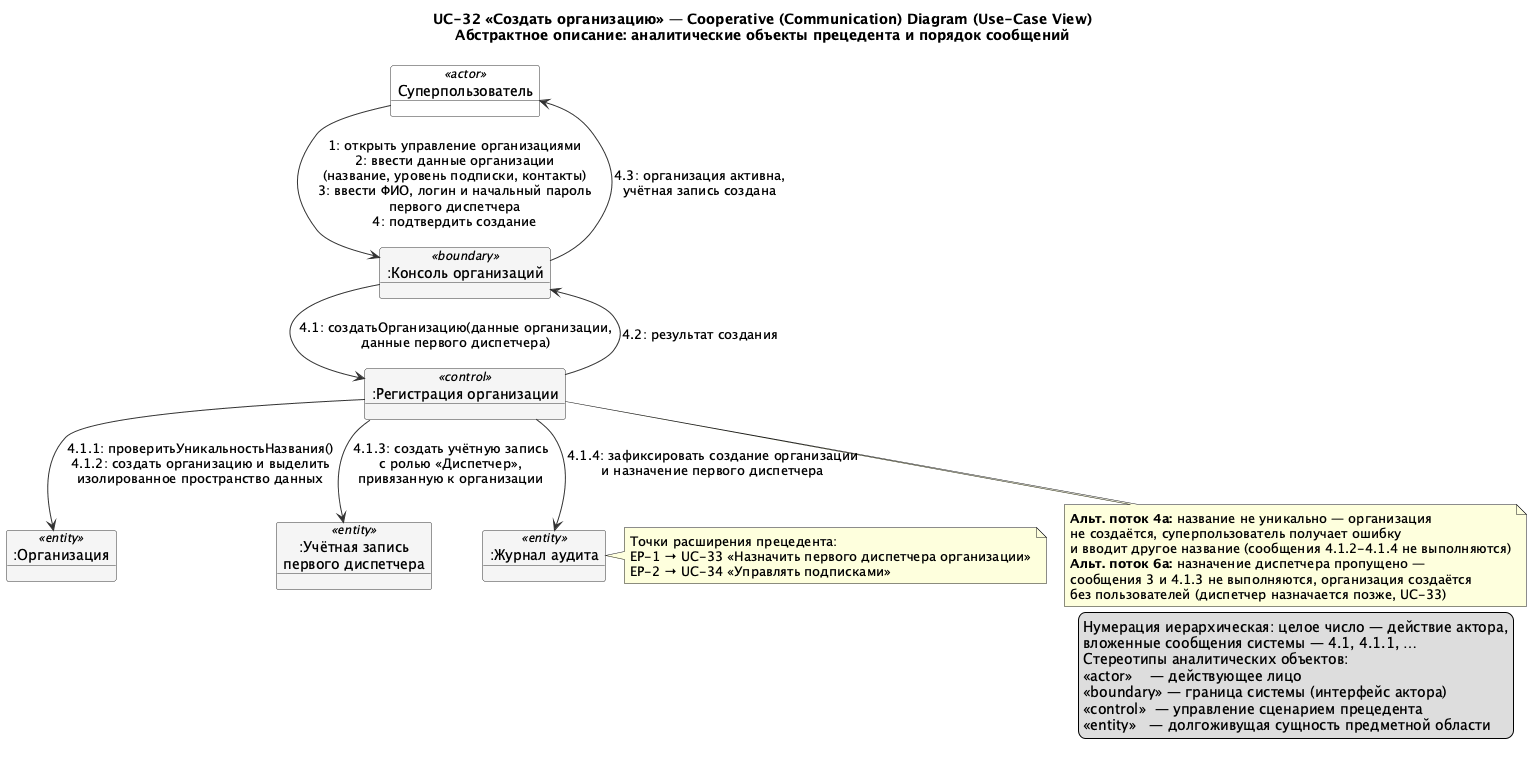
Above: docs/diagrams/out/COL_UC32_UseCaseView.png in granikartem/MPI (PlantUML), before the change.
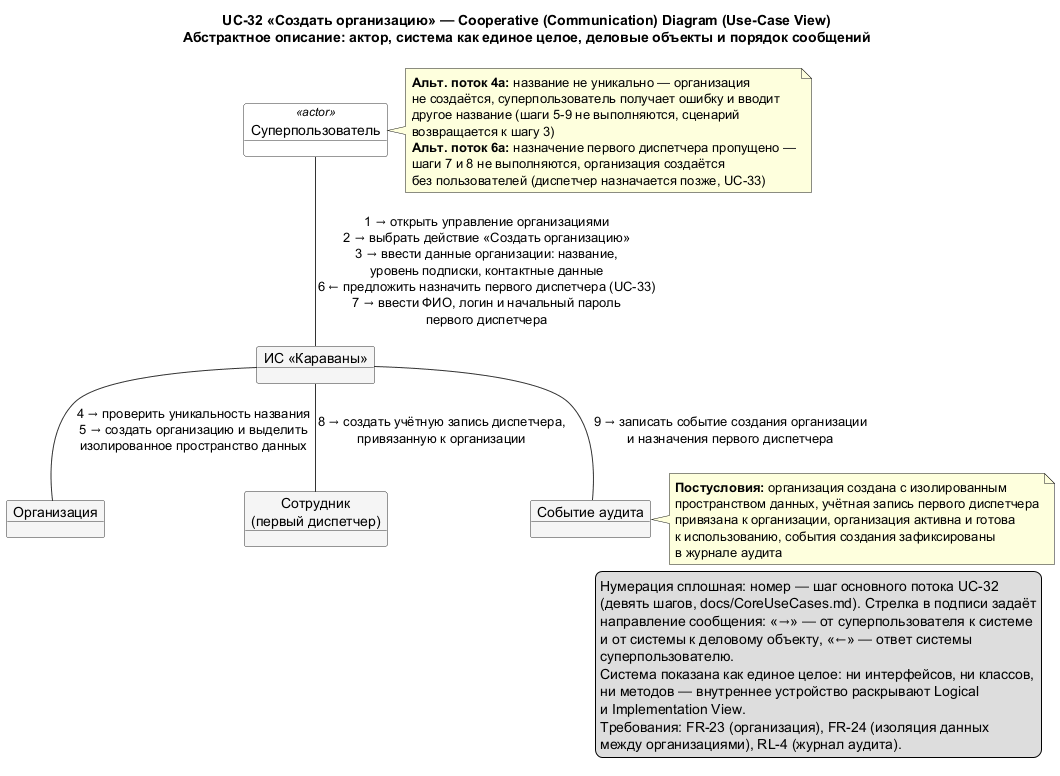
The same diagram one commit later.

What changed in the source:
```diff
@@ -5,50 +5,50 @@
 skinparam objectBorderColor #333333
 skinparam ArrowColor #333333
 
-title UC-32 «Создать организацию» — Cooperative (Communication) Diagram (Use-Case View)\nАбстрактное описание: аналитические объекты прецедента и порядок сообщений
+title UC-32 «Создать организацию» — Cooperative (Communication) Diagram (Use-Case View)\nАбстрактное описание: актор, система как единое целое, деловые объекты и порядок сообщений
 
 object "Суперпользователь" as SU <<actor>> #White
-object ":Консоль организаций" as Boundary <<boundary>>
-object ":Регистрация организации" as Control <<control>>
-object ":Организация" as Org <<entity>>
-object ":Учётная запись\nпервого диспетчера" as User <<entity>>
-object ":Журнал аудита" as Audit <<entity>>
+object "ИС «Караваны»" as SYS
+object "Организация" as Org
+object "Сотрудник\n(первый диспетчер)" as User
+object "Событие аудита" as Audit
 
-SU --> Boundary : 1: открыть управление организациями\n2: ввести данные организации\n(название, уровень подписки, контакты)\n3: ввести ФИО, логин и начальный пароль\nпервого диспетчера\n4: подтвердить создание
+SU -- SYS : 1 → открыть управление организациями\n2 → выбрать действие «Создать организацию»\n3 → ввести данные организации: название,\nуровень подписки, контактные данные\n6 ← предложить назначить первого диспетчера (UC-33)\n7 → ввести ФИО, логин и начальный пароль\nпервого диспетчера
 
-Boundary --> Control : 4.1: создатьОрганизацию(данные организации,\nданные первого диспетчера)
+SYS -- Org : 4 → проверить уникальность названия\n5 → создать организацию и выделить\nизолированное пространство данных
 
-Control --> Org : 4.1.1: проверитьУникальностьНазвания()\n4.1.2: создать организацию и выделить\nизолированное пространство данных
+SYS -- User : 8 → создать учётную запись диспетчера,\nпривязанную к организации
 
-Control --> User : 4.1.3: создать учётную запись\nс ролью «Диспетчер»,\nпривязанную к организации
+SYS -- Audit : 9 → записать событие создания организации\nи назначения первого диспетчера
 
-Control --> Audit : 4.1.4: зафиксировать создание организации\nи назначение первого диспетчера
-
-Control --> Boundary : 4.2: результат создания
-Boundary --> SU : 4.3: организация активна,\nучётная запись создана
-
-note bottom of Control
+note right of SU
   **Альт. поток 4а:** название не уникально — организация
-  не создаётся, суперпользователь получает ошибку
-  и вводит другое название (сообщения 4.1.2-4.1.4 не выполняются)
-  **Альт. поток 6а:** назначение диспетчера пропущено —
-  сообщения 3 и 4.1.3 не выполняются, организация создаётся
+  не создаётся, суперпользователь получает ошибку и вводит
+  другое название (шаги 5-9 не выполняются, сценарий
+  возвращается к шагу 3)
+  **Альт. поток 6а:** назначение первого диспетчера пропущено —
+  шаги 7 и 8 не выполняются, организация создаётся
   без пользователей (диспетчер назначается позже, UC-33)
 end note
 
 note right of Audit
-  Точки расширения прецедента:
-  EP-1 → UC-33 «Назначить первого диспетчера организации»
-  EP-2 → UC-34 «Управлять подписками»
+  **Постусловия:** организация создана с изолированным
+  пространством данных, учётная запись первого диспетчера
+  привязана к организации, организация активна и готова
+  к использованию, события создания зафиксированы
+  в журнале аудита
 end note
 
 legend right
-  Нумерация иерархическая: целое число — действие актора,
-  вложенные сообщения системы — 4.1, 4.1.1, …
-  Стереотипы аналитических объектов:
-  <<actor>>    — действующее лицо
-  <<boundary>> — граница системы (интерфейс актора)
-  <<control>>  — управление сценарием прецедента
-  <<entity>>   — долгоживущая сущность предметной области
+  Нумерация сплошная: номер — шаг основного потока UC-32
+  (девять шагов, docs/CoreUseCases.md). Стрелка в подписи задаёт
+  направление сообщения: «→» — от суперпользователя к системе
+  и от системы к деловому объекту, «←» — ответ системы
+  суперпользователю.
+  Система показана как единое целое: ни интерфейсов, ни классов,
+  ни методов — внутреннее устройство раскрывают Logical
+  и Implementation View.
+  Требования: FR-23 (организация), FR-24 (изоляция данных
+  между организациями), RL-4 (журнал аудита).
 endlegend
 @enduml
```
